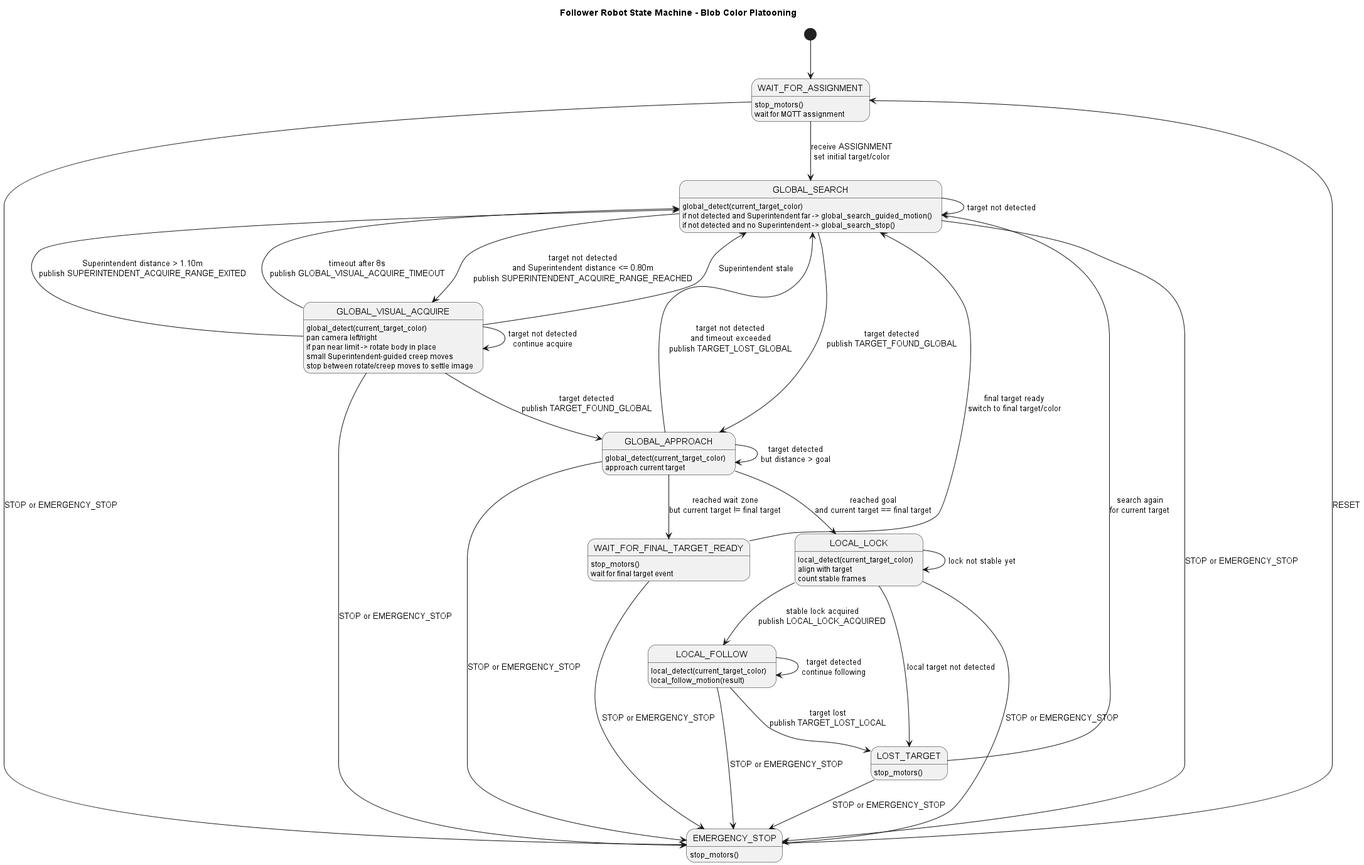
The PlantUML diagram mqtt/plantuml_state_machine.png in Miguel477713/Platooning-project, before a commit.
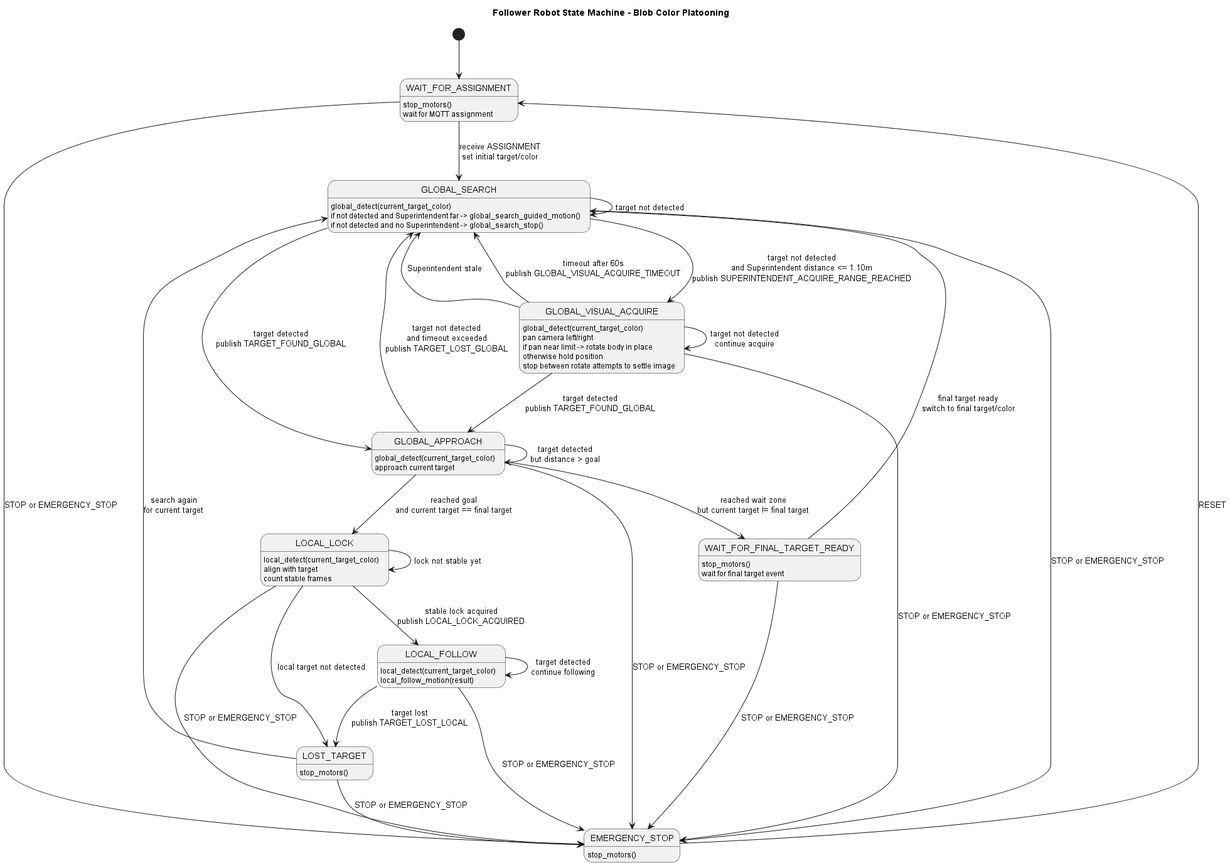
Above is the later version.

Commit message:
SUPERINTENDENT payload trim and removal of overhead-guided motion during VISUAL_ACQUIRE

Diff of the diagram source:
```diff
@@ -13,18 +13,17 @@
 GLOBAL_SEARCH : if not detected and Superintendent far -> global_search_guided_motion()
 GLOBAL_SEARCH : if not detected and no Superintendent -> global_search_stop()
 GLOBAL_SEARCH --> GLOBAL_APPROACH : target detected\npublish TARGET_FOUND_GLOBAL
-GLOBAL_SEARCH --> GLOBAL_VISUAL_ACQUIRE : target not detected\nand Superintendent distance <= 0.80m\npublish SUPERINTENDENT_ACQUIRE_RANGE_REACHED
+GLOBAL_SEARCH --> GLOBAL_VISUAL_ACQUIRE : target not detected\nand Superintendent distance <= 1.10m\npublish SUPERINTENDENT_ACQUIRE_RANGE_REACHED
 GLOBAL_SEARCH --> GLOBAL_SEARCH : target not detected
 
 GLOBAL_VISUAL_ACQUIRE : global_detect(current_target_color)
 GLOBAL_VISUAL_ACQUIRE : pan camera left/right
 GLOBAL_VISUAL_ACQUIRE : if pan near limit -> rotate body in place
-GLOBAL_VISUAL_ACQUIRE : small Superintendent-guided creep moves
-GLOBAL_VISUAL_ACQUIRE : stop between rotate/creep moves to settle image
+GLOBAL_VISUAL_ACQUIRE : otherwise hold position
+GLOBAL_VISUAL_ACQUIRE : stop between rotate attempts to settle image
 GLOBAL_VISUAL_ACQUIRE --> GLOBAL_APPROACH : target detected\npublish TARGET_FOUND_GLOBAL
 GLOBAL_VISUAL_ACQUIRE --> GLOBAL_SEARCH : Superintendent stale
-GLOBAL_VISUAL_ACQUIRE --> GLOBAL_SEARCH : Superintendent distance > 1.10m\npublish SUPERINTENDENT_ACQUIRE_RANGE_EXITED
-GLOBAL_VISUAL_ACQUIRE --> GLOBAL_SEARCH : timeout after 8s\npublish GLOBAL_VISUAL_ACQUIRE_TIMEOUT
+GLOBAL_VISUAL_ACQUIRE --> GLOBAL_SEARCH : timeout after 60s\npublish GLOBAL_VISUAL_ACQUIRE_TIMEOUT
 GLOBAL_VISUAL_ACQUIRE --> GLOBAL_VISUAL_ACQUIRE : target not detected\ncontinue acquire
 
 GLOBAL_APPROACH : global_detect(current_target_color)
```
